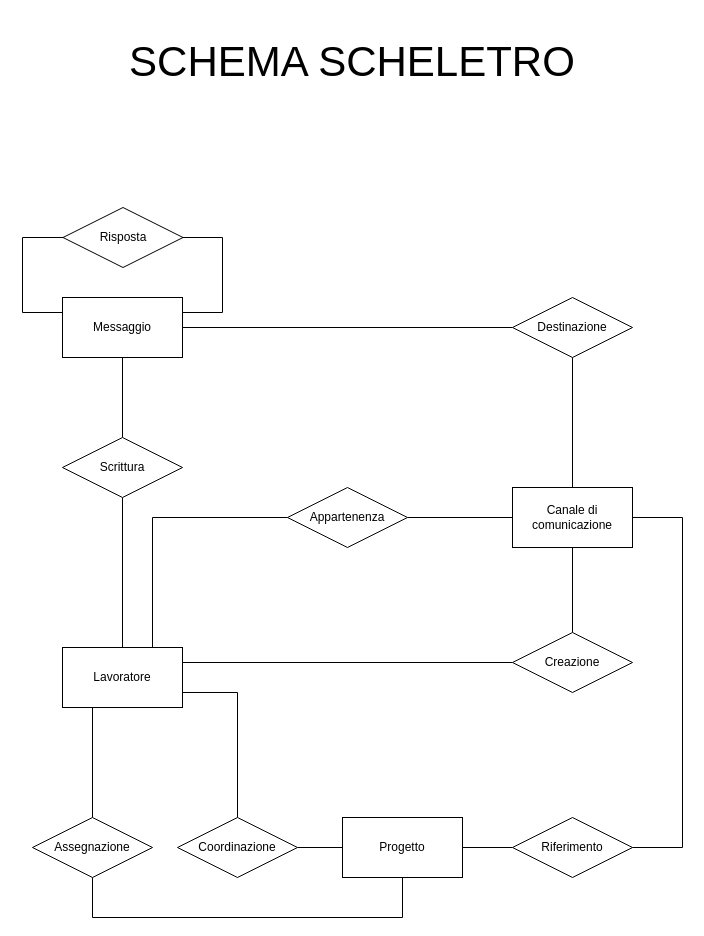
Above: page "schema-scheletro" (1 of 4) of Relazione/Schema ER/scheletro.drawio in martafra/BD-Chat-Multicanale (draw.io), before the change. Source tidied: cells renumbered, new cells numbered last; positions are measured from the earlier drawing's top-left corner, leaving out a move shared by most shapes. Both pictures are drawn from the tidied source at 100%, with x=0, y=0 at pixel (17, 17).
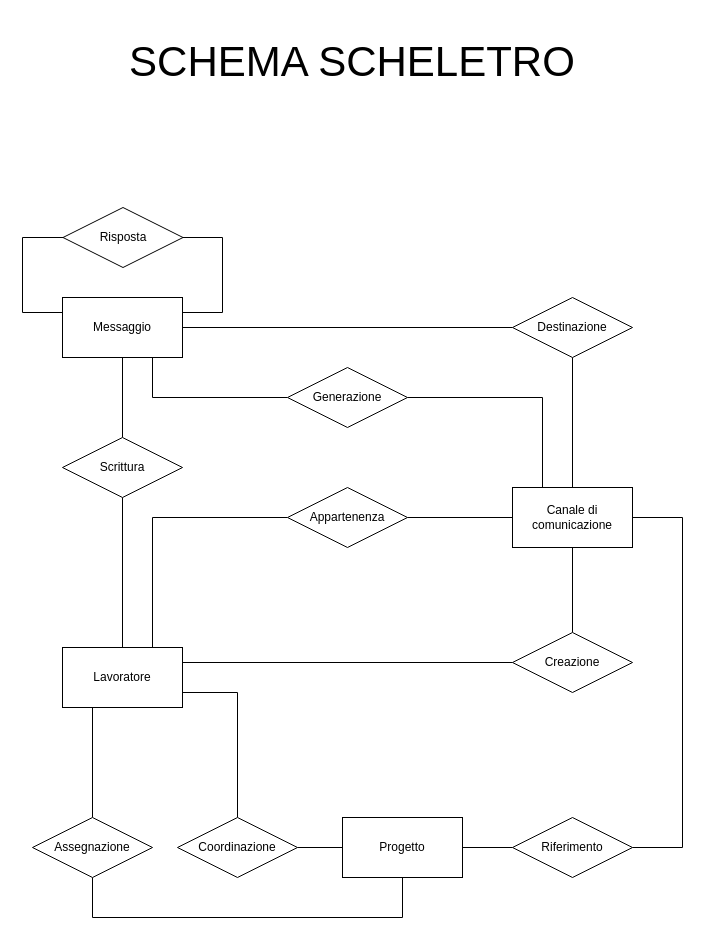
After the change.

Unchanged cells that the change refers to:
```xml
<mxCell id="5" value="Canale di comunicazione" style="rounded=0;whiteSpace=wrap;html=1;" parent="1" vertex="1">
  <mxGeometry x="495" y="470" width="120" height="60" as="geometry" />
</mxCell>
<mxCell id="8" value="Messaggio" style="rounded=0;whiteSpace=wrap;html=1;" parent="1" vertex="1">
  <mxGeometry x="45" y="280" width="120" height="60" as="geometry" />
</mxCell>
```

Change to the diagram source:
```diff
@@
+    <mxCell id="31" style="edgeStyle=orthogonalEdgeStyle;rounded=0;jettySize=auto;html=1;exitX=0.75;exitY=1;exitDx=0;exitDy=0;entryX=0;entryY=0.5;entryDx=0;entryDy=0;endArrow=none;endFill=0;" parent="1" edge="1" source="8" target="33">
+      <mxGeometry relative="1" as="geometry" />
+    </mxCell>
@@
+    <mxCell id="32" style="edgeStyle=orthogonalEdgeStyle;rounded=0;jettySize=auto;html=1;exitX=1;exitY=0.5;exitDx=0;exitDy=0;entryX=0.25;entryY=0;entryDx=0;entryDy=0;endArrow=none;endFill=0;" parent="1" edge="1" source="33" target="5">
+      <mxGeometry relative="1" as="geometry" />
+    </mxCell>
+    <mxCell id="33" value="Generazione" style="shape=rhombus;perimeter=rhombusPerimeter;whiteSpace=wrap;html=1;align=center;" parent="1" vertex="1">
+      <mxGeometry x="270" y="350" width="120" height="60" as="geometry" />
+    </mxCell>
```
